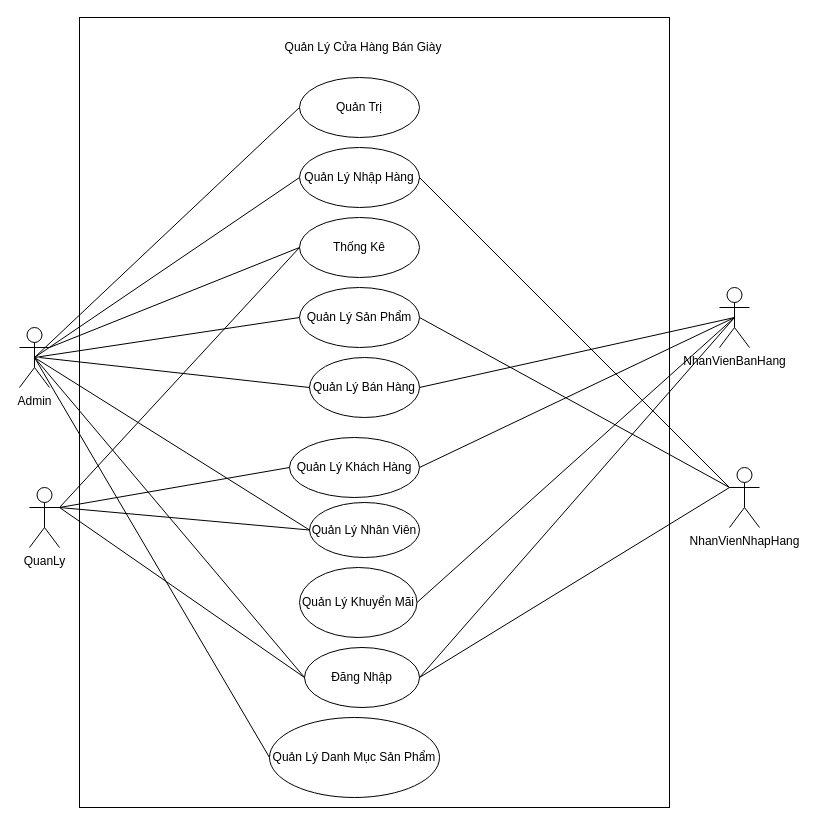
Earlier version of the draw.io diagram UseCase3.drawio (maivantai2003/Database). Source tidied: cells renumbered, new cells numbered last; positions are measured from the earlier drawing's top-left corner, leaving out a move shared by most shapes. Both pictures are drawn from the tidied source at 100%, with x=0, y=0 at pixel (19, 17).
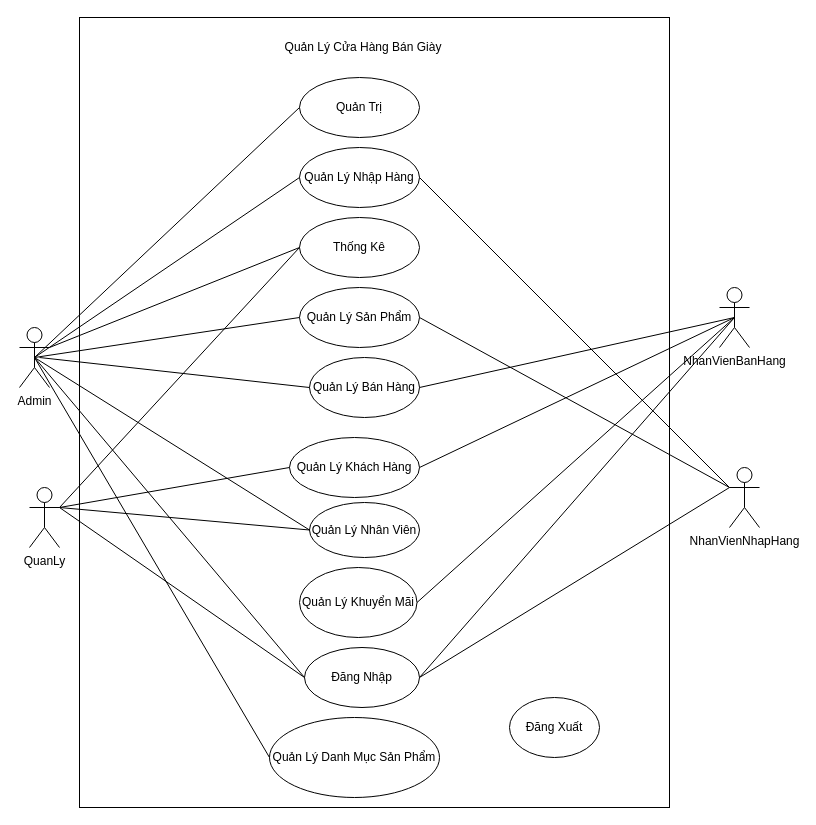
After the change.

Commit message:
Cập nhật UseCase3.drawio

Change to the diagram source:
```diff
@@
+    <mxCell id="37" value="Đăng Xuất" style="ellipse;whiteSpace=wrap;html=1;" parent="1" vertex="1">
+      <mxGeometry x="490" y="680" width="90" height="60" as="geometry" />
+    </mxCell>
```
